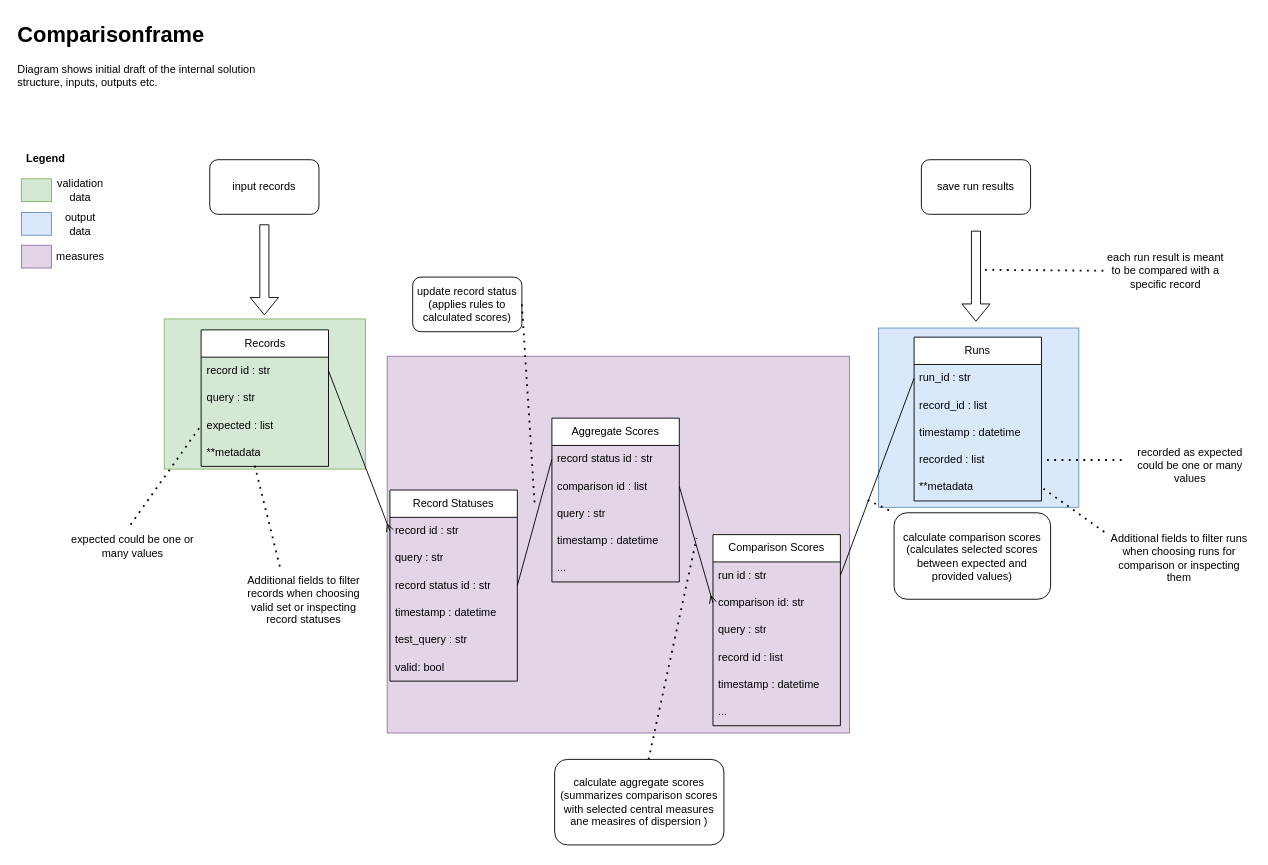
Earlier version of the draw.io diagram drawio/comparisonframe.drawio (Kiril-Mordan/reusables). Source tidied: cells renumbered, new cells numbered last; positions are measured from the earlier drawing's top-left corner, leaving out a move shared by most shapes. Both pictures are drawn from the tidied source at 91%, with x=0, y=0 at pixel (15, 15).
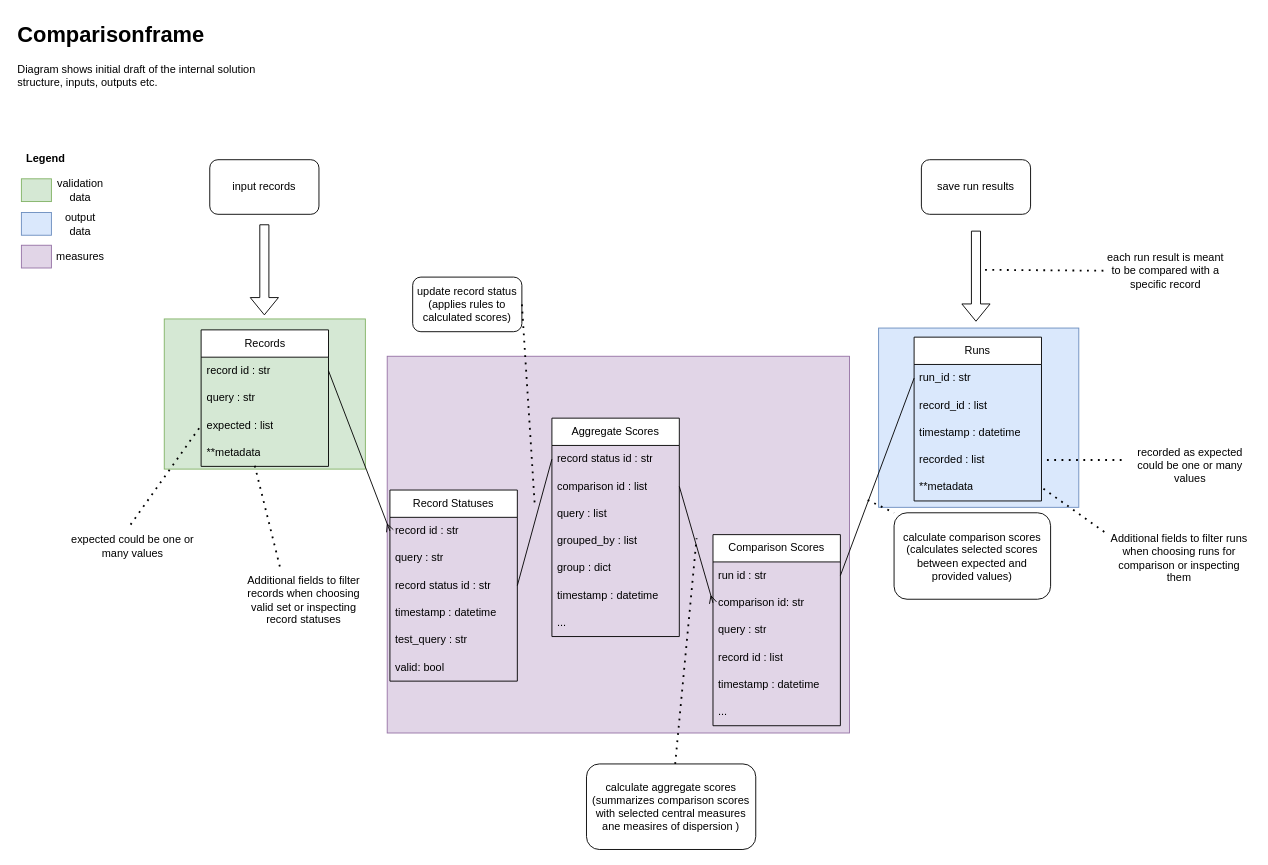
The same diagram, later.

The edit, as a diff of the source:
```diff
@@
     <mxCell id="10" value="Aggregate Scores" style="swimlane;fontStyle=0;horizontal=1;startSize=30;whiteSpace=wrap;html=1;" parent="1" vertex="1">
-      <mxGeometry x="589" y="442" width="140" height="180" as="geometry" />
+      <mxGeometry x="589" y="442" width="140" height="240" as="geometry" />
     </mxCell>
@@
-    <mxCell id="13" value="query : str" style="text;strokeColor=none;fillColor=none;align=left;verticalAlign=middle;spacingLeft=4;spacingRight=4;overflow=hidden;whiteSpace=wrap;html=1;" parent="10" vertex="1">
+    <mxCell id="13" value="query : list" style="text;strokeColor=none;fillColor=none;align=left;verticalAlign=middle;spacingLeft=4;spacingRight=4;overflow=hidden;whiteSpace=wrap;html=1;" parent="10" vertex="1">
       <mxGeometry y="90" width="140" height="30" as="geometry" />
     </mxCell>
+    <mxCell id="68" value="grouped_by : list" style="text;strokeColor=none;fillColor=none;align=left;verticalAlign=middle;spacingLeft=4;spacingRight=4;overflow=hidden;whiteSpace=wrap;html=1;" parent="10" vertex="1">
+      <mxGeometry y="120" width="140" height="30" as="geometry" />
+    </mxCell>
+    <mxCell id="69" value="group : dict" style="text;strokeColor=none;fillColor=none;align=left;verticalAlign=middle;spacingLeft=4;spacingRight=4;overflow=hidden;whiteSpace=wrap;html=1;" parent="10" vertex="1">
+      <mxGeometry y="150" width="140" height="30" as="geometry" />
+    </mxCell>
     <mxCell id="14" value="timestamp : datetime" style="text;strokeColor=none;fillColor=none;align=left;verticalAlign=middle;spacingLeft=4;spacingRight=4;overflow=hidden;whiteSpace=wrap;html=1;" parent="10" vertex="1">
-      <mxGeometry y="120" width="140" height="30" as="geometry" />
+      <mxGeometry y="180" width="140" height="30" as="geometry" />
     </mxCell>
     <mxCell id="15" value="..." style="text;strokeColor=none;fillColor=none;align=left;verticalAlign=middle;spacingLeft=4;spacingRight=4;overflow=hidden;whiteSpace=wrap;html=1;" parent="10" vertex="1">
-      <mxGeometry y="150" width="140" height="30" as="geometry" />
+      <mxGeometry y="210" width="140" height="30" as="geometry" />
     </mxCell>
@@
     <mxCell id="43" value="calculate aggregate scores&lt;div&gt;(summarizes comparison scores with selected central measures ane measires of dispersion )&lt;/div&gt;" style="rounded=1;whiteSpace=wrap;html=1;" parent="1" vertex="1">
-      <mxGeometry x="592" y="817" width="186" height="94" as="geometry" />
+      <mxGeometry x="627" y="822" width="186" height="94" as="geometry" />
     </mxCell>
```
